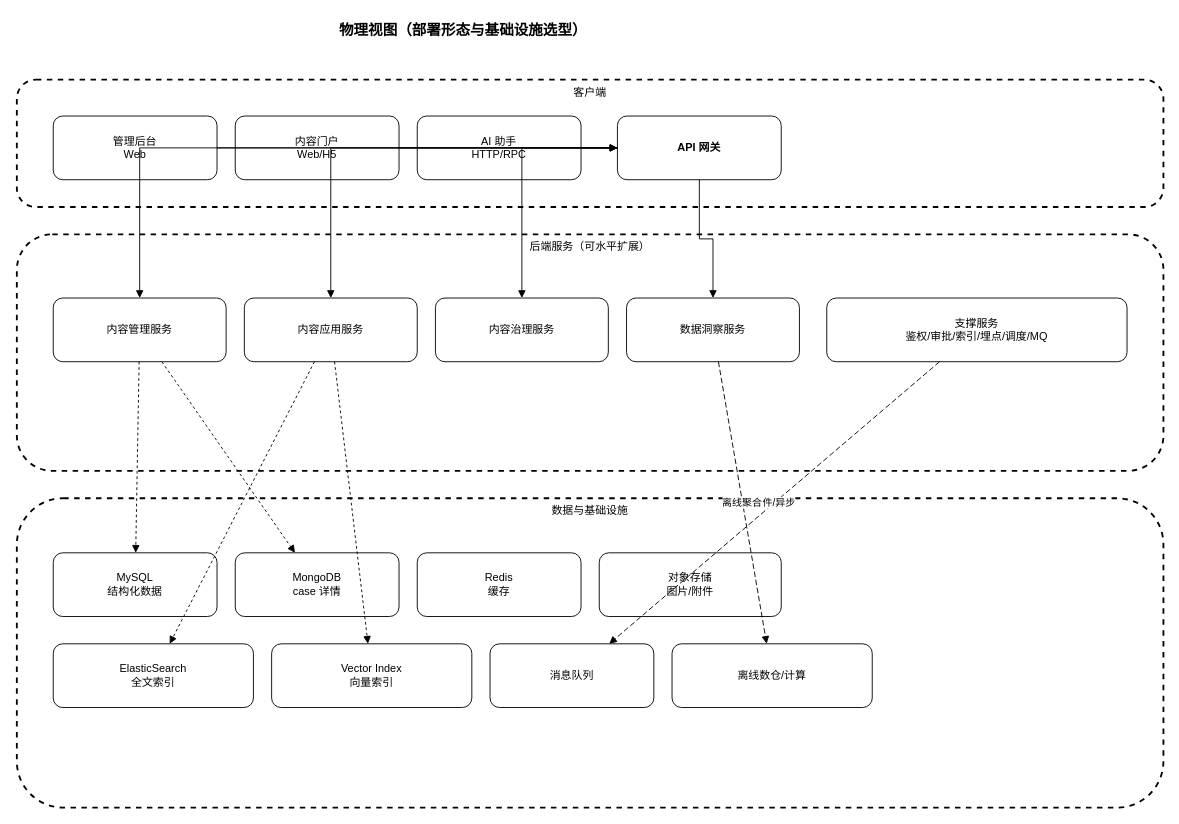
Above: page "物理视图" (11 of 26) of figure/figures.drawio in jqq04/nju-thesis-2026 (draw.io), before the change. Source tidied: cells renumbered, new cells numbered last; positions are measured from the earlier drawing's top-left corner, leaving out a move shared by most shapes. Both pictures are drawn from the tidied source at 91%, with x=0, y=0 at pixel (16, 15).
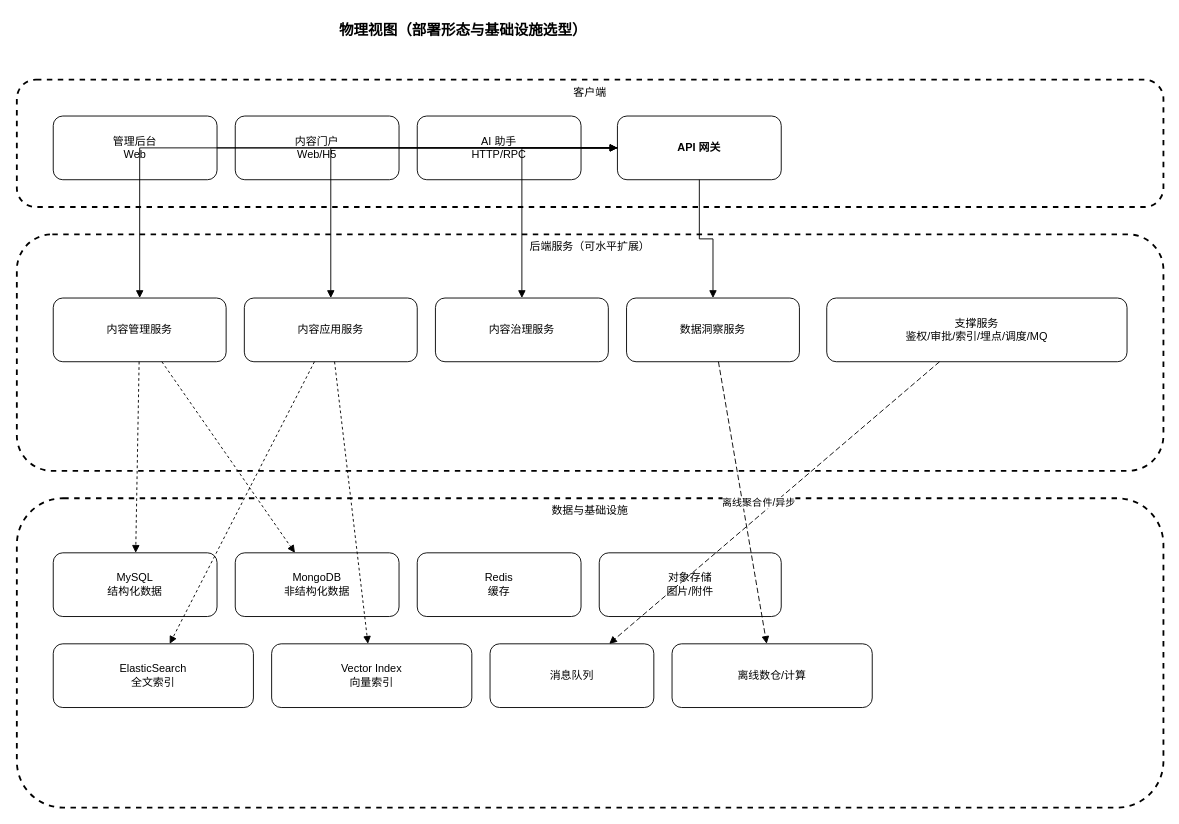
The same diagram, later.

Diff of the diagram source:
```diff
@@
-    <mxCell id="16" value="MongoDB&#10;case 详情" style="rounded=1;whiteSpace=wrap;html=1;" parent="1" vertex="1">
+    <mxCell id="16" value="MongoDB&lt;br&gt;非结构化数据" style="rounded=1;whiteSpace=wrap;html=1;" parent="1" vertex="1">
       <mxGeometry x="240" y="590" width="180" height="70" as="geometry" />
     </mxCell>
```
